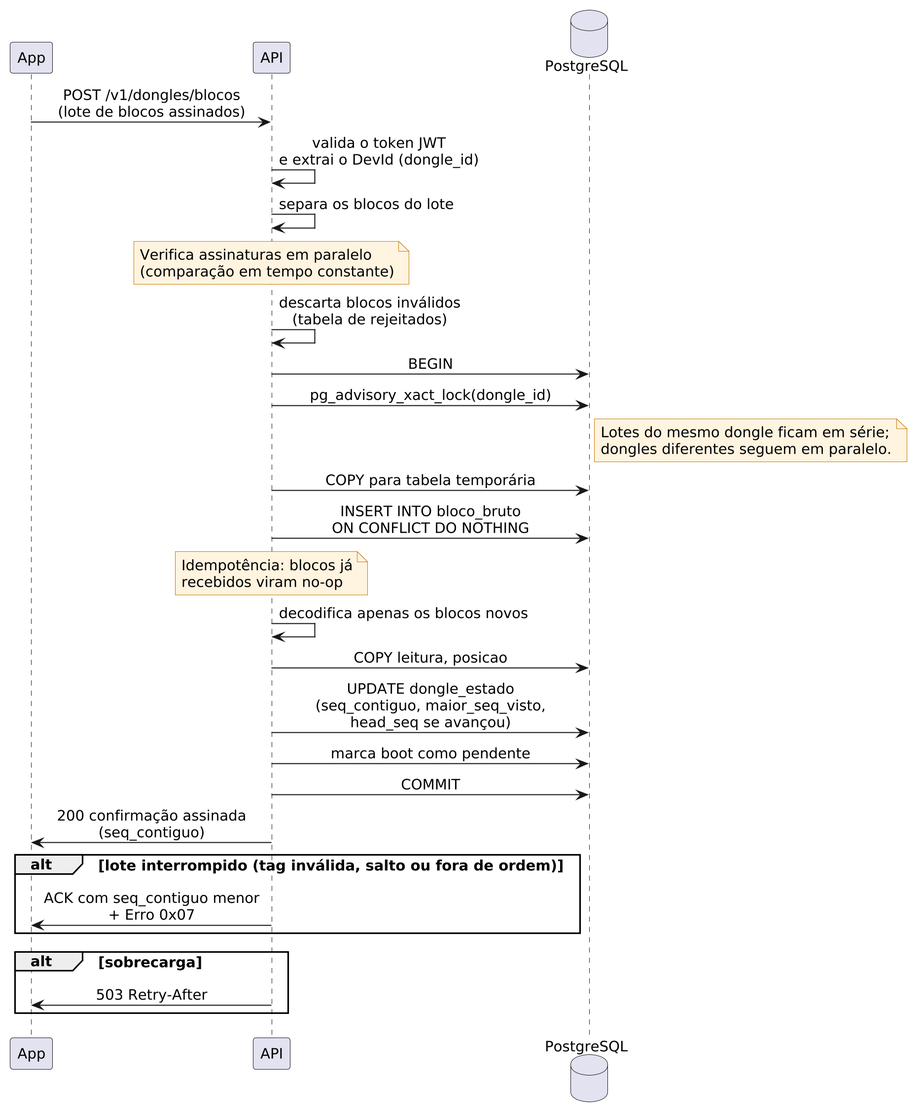
Before: latex/assets/aux-docs/ingestao-lote-servidor.png, a diagram exported from PlantUML (rodrigomarcolin/tccelta). The source it was exported from:
```plantuml
@startuml ingestao-lote-servidor
skinparam defaultFontSize 14
skinparam dpi 200
skinparam sequenceMessageAlign center
skinparam responseMessageBelowArrow true
skinparam noteBackgroundColor #FFF4E0
skinparam noteBorderColor #C77700

participant "App" as A
participant "API" as S
database "PostgreSQL" as DB

A -> S : POST /v1/dongles/blocos\n(lote de blocos assinados)

S -> S : valida o token JWT\ne extrai o DevId (dongle_id)
S -> S : separa os blocos do lote

note over S
  Verifica assinaturas em paralelo
  (comparação em tempo constante)
end note

S -> S : descarta blocos inválidos\n(tabela de rejeitados)

S -> DB : BEGIN
S -> DB : pg_advisory_xact_lock(dongle_id)
note right of DB
  Lotes do mesmo dongle ficam em série;
  dongles diferentes seguem em paralelo.
end note

S -> DB : COPY para tabela temporária
S -> DB : INSERT INTO bloco_bruto\nON CONFLICT DO NOTHING

note over S
  Idempotência: blocos já
  recebidos viram no-op
end note

S -> S : decodifica apenas os blocos novos
S -> DB : COPY leitura, posicao

S -> DB : UPDATE dongle_estado\n(seq_contiguo, maior_seq_visto,\nhead_seq se avançou)
S -> DB : marca boot como pendente

S -> DB : COMMIT

S -> A : 200 confirmação assinada\n(seq_contiguo)

alt lote interrompido (tag inválida, salto ou fora de ordem)
  S -> A : ACK com seq_contiguo menor\n+ Erro 0x07
end

alt sobrecarga
  S -> A : 503 Retry-After
end
@enduml
```
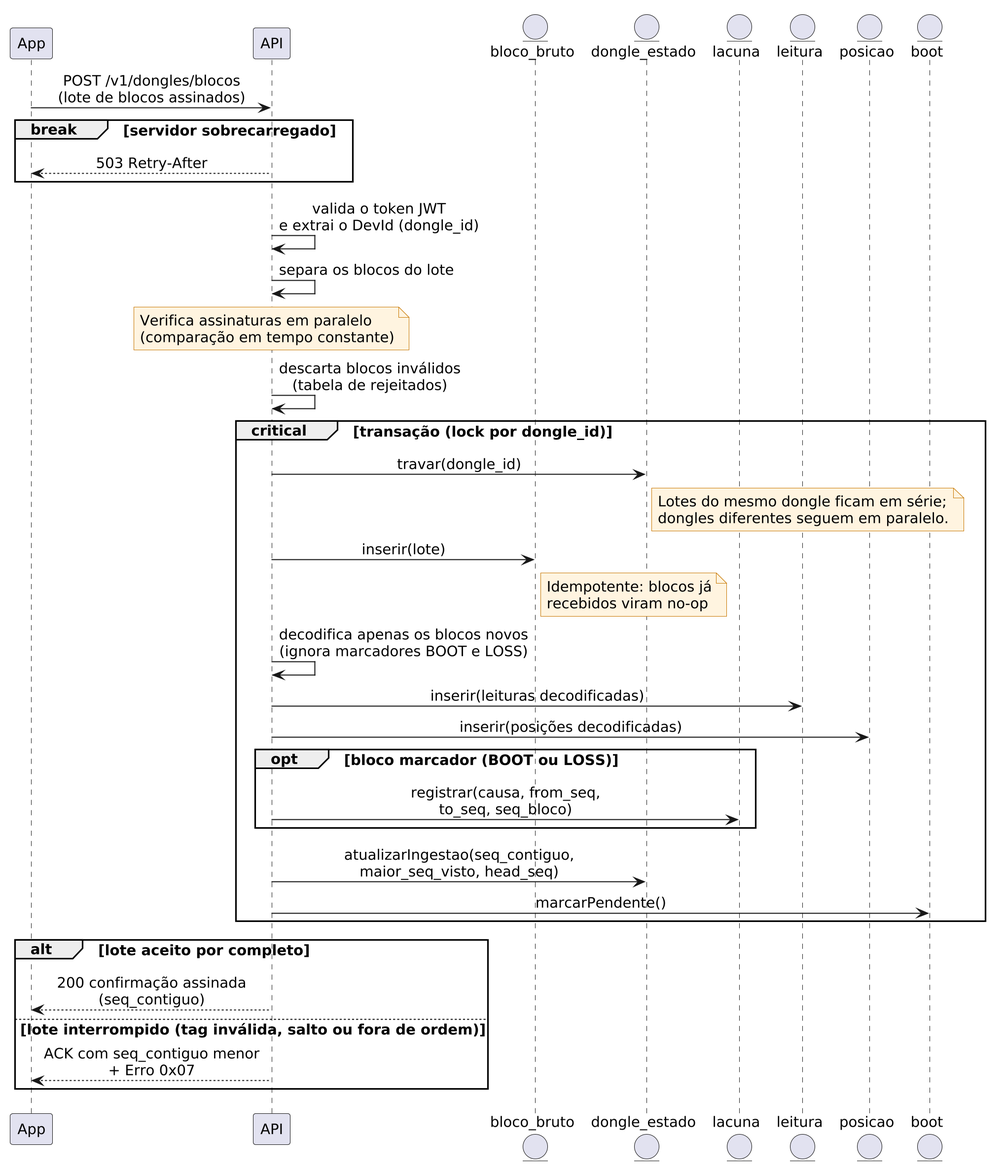
Later version of the same file.

Commit message:
fix: adjust block processing sequrence diagram

Diff of the diagram source:
```diff
@@ -8,9 +8,18 @@
 
 participant "App" as A
 participant "API" as S
-database "PostgreSQL" as DB
+entity "bloco_bruto" as BlocoBruto
+entity "dongle_estado" as DongleEstado
+entity "lacuna" as Lacuna
+entity "leitura" as Leitura
+entity "posicao" as Posicao
+entity "boot" as Boot
 
 A -> S : POST /v1/dongles/blocos\n(lote de blocos assinados)
+
+break servidor sobrecarregado
+  S --> A : 503 Retry-After
+end
 
 S -> S : valida o token JWT\ne extrai o DevId (dongle_id)
 S -> S : separa os blocos do lote
@@ -22,36 +31,32 @@
 
 S -> S : descarta blocos inválidos\n(tabela de rejeitados)
 
-S -> DB : BEGIN
-S -> DB : pg_advisory_xact_lock(dongle_id)
-note right of DB
-  Lotes do mesmo dongle ficam em série;
-  dongles diferentes seguem em paralelo.
-end note
+critical transação (lock por dongle_id)
+  S -> DongleEstado : travar(dongle_id)
+  note right of DongleEstado
+    Lotes do mesmo dongle ficam em série;
+    dongles diferentes seguem em paralelo.
+  end note
 
-S -> DB : COPY para tabela temporária
-S -> DB : INSERT INTO bloco_bruto\nON CONFLICT DO NOTHING
+  S -> BlocoBruto : inserir(lote)
+  note right of BlocoBruto
+    Idempotente: blocos já
+    recebidos viram no-op
+  end note
 
-note over S
-  Idempotência: blocos já
-  recebidos viram no-op
-end note
-
-S -> S : decodifica apenas os blocos novos
-S -> DB : COPY leitura, posicao
-
-S -> DB : UPDATE dongle_estado\n(seq_contiguo, maior_seq_visto,\nhead_seq se avançou)
-S -> DB : marca boot como pendente
-
-S -> DB : COMMIT
-
-S -> A : 200 confirmação assinada\n(seq_contiguo)
-
-alt lote interrompido (tag inválida, salto ou fora de ordem)
-  S -> A : ACK com seq_contiguo menor\n+ Erro 0x07
+  S -> S : decodifica apenas os blocos novos\n(ignora marcadores BOOT e LOSS)
+  S -> Leitura : inserir(leituras decodificadas)
+  S -> Posicao : inserir(posições decodificadas)
+  opt bloco marcador (BOOT ou LOSS)
+    S -> Lacuna : registrar(causa, from_seq,\nto_seq, seq_bloco)
+  end
+  S -> DongleEstado : atualizarIngestao(seq_contiguo,\nmaior_seq_visto, head_seq)
+  S -> Boot : marcarPendente()
 end
 
-alt sobrecarga
-  S -> A : 503 Retry-After
+alt lote aceito por completo
+  S --> A : 200 confirmação assinada\n(seq_contiguo)
+else lote interrompido (tag inválida, salto ou fora de ordem)
+  S --> A : ACK com seq_contiguo menor\n+ Erro 0x07
 end
 @enduml
```
